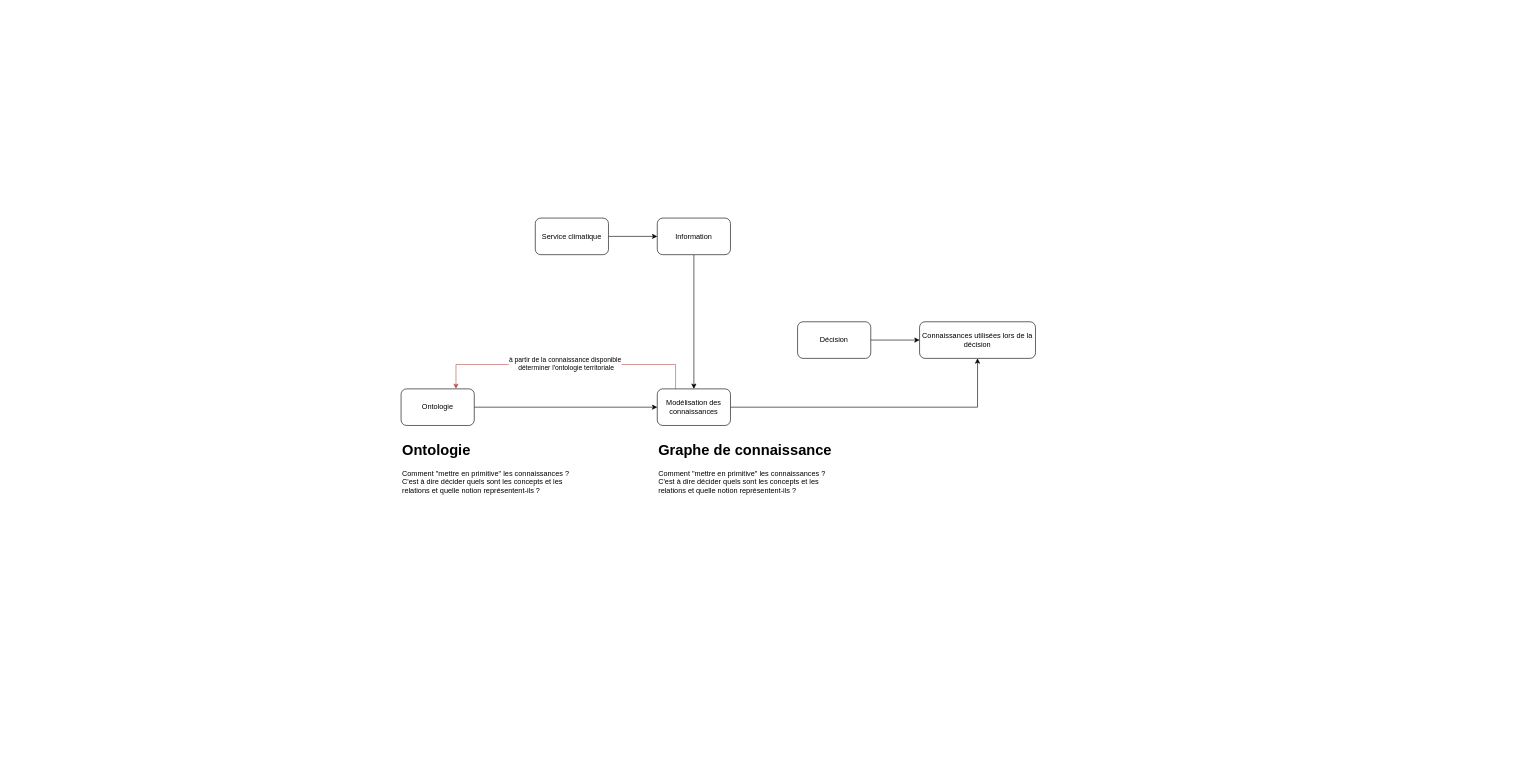
The draw.io diagram Reflexion these.drawio in Konsilion/konsilion-drive, before the edit. Source tidied: cells renumbered, new cells numbered last; positions are measured from the earlier drawing's top-left corner, leaving out a move shared by most shapes. Both pictures are drawn from the tidied source at 61%, with x=0, y=0 at pixel (401, 218).
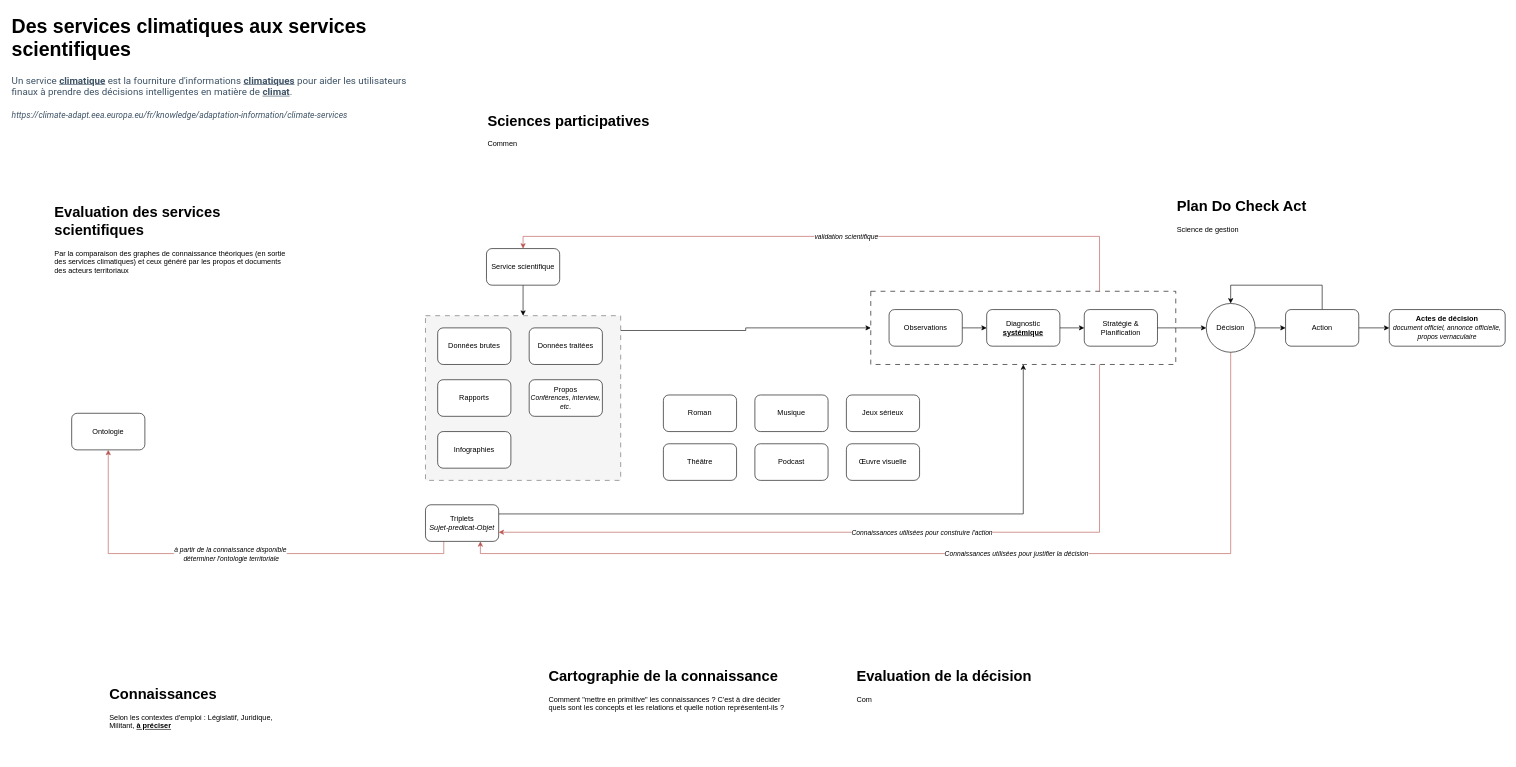
Above is the later version.

Commit message (it also covers changes not shown here):
Mettre à jour Reflexion these.drawio

Diff of the diagram source:
```diff
@@
+    <mxCell id="17" style="rounded=0;whiteSpace=wrap;html=1;dashed=1;dashPattern=8 8;align=left;points=[[0,0,0,0,0],[0,0.25,0,0,0],[0,0.5,0,0,0],[0,0.75,0,0,0],[0,1,0,0,0],[0.25,0,0,0,0],[0.25,1,0,0,0],[0.5,0,0,0,0],[0.5,1,0,0,0],[0.75,0,0,0,0],[0.75,1,0,0,0],[1,0,0,0,0],[1,0.09,0,0,0],[1,0.18,0,0,0],[1,0.25,0,0,0],[1,0.27,0,0,0],[1,0.36,0,0,0],[1,0.45,0,0,0],[1,0.5,0,0,0],[1,0.55,0,0,0],[1,0.64,0,0,0],[1,0.73,0,0,0],[1,0.75,0,0,0],[1,0.82,0,0,0],[1,0.91,0,0,0],[1,1,0,0,0]];fillColor=#f5f5f5;fontColor=#333333;strokeColor=#666666;" parent="1" vertex="1">
+      <mxGeometry x="40" y="160" width="320" height="270" as="geometry" />
+    </mxCell>
+    <mxCell id="18" style="rounded=0;whiteSpace=wrap;html=1;fillColor=none;dashed=1;dashPattern=8 8;align=left;" parent="1" vertex="1">
+      <mxGeometry x="770" y="120" width="500" height="120" as="geometry" />
+    </mxCell>
-    <mxCell id="2" style="edgeStyle=orthogonalEdgeStyle;rounded=0;jettySize=auto;html=1;" parent="1" edge="1" source="3" target="5">
+    <mxCell id="2" style="edgeStyle=orthogonalEdgeStyle;rounded=0;jettySize=auto;html=1;entryX=0.5;entryY=0;entryDx=0;entryDy=0;entryPerimeter=0;" parent="1" edge="1" source="3" target="17">
       <mxGeometry relative="1" as="geometry" />
     </mxCell>
-    <mxCell id="3" value="Service climatique" style="rounded=1;whiteSpace=wrap;html=1;" parent="1" vertex="1">
-      <mxGeometry x="220" width="120" height="60" as="geometry" />
+    <mxCell id="3" value="Service scientifique" style="rounded=1;whiteSpace=wrap;html=1;" parent="1" vertex="1">
+      <mxGeometry x="140" y="50" width="120" height="60" as="geometry" />
     </mxCell>
-    <mxCell id="4" style="edgeStyle=orthogonalEdgeStyle;rounded=0;jettySize=auto;html=1;entryX=0.5;entryY=0;entryDx=0;entryDy=0;" parent="1" edge="1" source="5" target="11">
-      <mxGeometry relative="1" as="geometry" />
-    </mxCell>
+    <mxCell id="19" style="edgeStyle=orthogonalEdgeStyle;rounded=0;jettySize=auto;html=1;entryX=0;entryY=0.5;entryDx=0;entryDy=0;exitX=1;exitY=0.09;exitDx=0;exitDy=0;exitPerimeter=0;" parent="1" edge="1" source="17" target="18">
+      <mxGeometry relative="1" as="geometry" />
+    </mxCell>
-    <mxCell id="5" value="Information" style="rounded=1;whiteSpace=wrap;html=1;" parent="1" vertex="1">
-      <mxGeometry x="420" width="120" height="60" as="geometry" />
+    <mxCell id="5" value="Rapports" style="rounded=1;whiteSpace=wrap;html=1;" parent="1" vertex="1">
+      <mxGeometry x="60" y="265" width="120" height="60" as="geometry" />
     </mxCell>
-    <mxCell id="6" style="edgeStyle=orthogonalEdgeStyle;rounded=0;jettySize=auto;html=1;entryX=0;entryY=0.5;entryDx=0;entryDy=0;" parent="1" edge="1" source="7" target="11">
-      <mxGeometry relative="1" as="geometry" />
-    </mxCell>
     <mxCell id="7" value="Ontologie" style="rounded=1;whiteSpace=wrap;html=1;" parent="1" vertex="1">
-      <mxGeometry y="280" width="120" height="60" as="geometry" />
+      <mxGeometry x="-540" y="320" width="120" height="60" as="geometry" />
     </mxCell>
-    <mxCell id="8" style="edgeStyle=orthogonalEdgeStyle;rounded=0;jettySize=auto;html=1;entryX=0.5;entryY=1;entryDx=0;entryDy=0;" parent="1" edge="1" source="11" target="14">
+    <mxCell id="8" style="edgeStyle=orthogonalEdgeStyle;rounded=0;jettySize=auto;html=1;entryX=0.5;entryY=1;entryDx=0;entryDy=0;exitX=1;exitY=0.25;exitDx=0;exitDy=0;" parent="1" edge="1" source="22" target="18">
       <mxGeometry relative="1" as="geometry" />
     </mxCell>
-    <mxCell id="9" style="edgeStyle=orthogonalEdgeStyle;rounded=0;jettySize=auto;html=1;exitX=0.25;exitY=0;exitDx=0;exitDy=0;entryX=0.75;entryY=0;entryDx=0;entryDy=0;fillColor=#f8cecc;strokeColor=#b85450;" parent="1" edge="1" source="11" target="7">
-      <mxGeometry relative="1" as="geometry">
-        <Array as="points">
-          <mxPoint x="450" y="240" />
-          <mxPoint x="90" y="240" />
-        </Array>
-      </mxGeometry>
+    <mxCell id="9" style="edgeStyle=orthogonalEdgeStyle;rounded=0;jettySize=auto;html=1;exitX=0.25;exitY=1;exitDx=0;exitDy=0;entryX=0.5;entryY=1;entryDx=0;entryDy=0;fillColor=#f8cecc;strokeColor=#b85450;" parent="1" edge="1" source="22" target="7">
+      <mxGeometry relative="1" as="geometry" />
     </mxCell>
-    <mxCell id="10" value="à partir de la connaissance disponible&lt;div&gt;&amp;nbsp;déterminer l'ontologie territoriale&lt;/div&gt;" style="edgeLabel;html=1;align=center;verticalAlign=middle;" parent="9" vertex="1">
-      <mxGeometry x="0.01" y="-2" relative="1" as="geometry" />
+    <mxCell id="10" value="à partir de la connaissance disponible&lt;div&gt;&amp;nbsp;déterminer l'ontologie territoriale&lt;/div&gt;" style="edgeLabel;html=1;align=center;verticalAlign=middle;fontStyle=2;" parent="9" vertex="1">
+      <mxGeometry x="0.01" y="-2" relative="1" as="geometry">
+        <mxPoint x="3" y="2" as="offset" />
+      </mxGeometry>
     </mxCell>
-    <mxCell id="11" value="Modélisation des connaissances" style="rounded=1;whiteSpace=wrap;html=1;" parent="1" vertex="1">
-      <mxGeometry x="420" y="280" width="120" height="60" as="geometry" />
-    </mxCell>
-    <mxCell id="12" style="edgeStyle=orthogonalEdgeStyle;rounded=0;jettySize=auto;html=1;" parent="1" edge="1" source="13" target="14">
+    <mxCell id="12" style="edgeStyle=orthogonalEdgeStyle;rounded=0;jettySize=auto;html=1;" parent="1" edge="1" source="25" target="14">
       <mxGeometry relative="1" as="geometry" />
     </mxCell>
-    <mxCell id="13" value="Décision" style="rounded=1;whiteSpace=wrap;html=1;" parent="1" vertex="1">
-      <mxGeometry x="650" y="170" width="120" height="60" as="geometry" />
+    <mxCell id="13" value="Stratégie &amp;amp; Planification" style="rounded=1;whiteSpace=wrap;html=1;" parent="1" vertex="1">
+      <mxGeometry x="1120" y="150" width="120" height="60" as="geometry" />
     </mxCell>
+    <mxCell id="20" style="edgeStyle=orthogonalEdgeStyle;rounded=0;jettySize=auto;html=1;exitX=0.5;exitY=1;exitDx=0;exitDy=0;entryX=0.75;entryY=1;entryDx=0;entryDy=0;fillColor=#f8cecc;strokeColor=#b85450;" parent="1" edge="1" source="35" target="22">
+      <mxGeometry relative="1" as="geometry" />
+    </mxCell>
+    <mxCell id="21" value="Connaissances utilisées pour justifier la décision" style="edgeLabel;html=1;align=center;verticalAlign=middle;fontStyle=2;" parent="20" vertex="1">
+      <mxGeometry x="-0.28" y="-3" relative="1" as="geometry">
+        <mxPoint x="-113" y="3" as="offset" />
+      </mxGeometry>
+    </mxCell>
-    <mxCell id="14" value="Connaissances utilisées lors de la décision" style="rounded=1;whiteSpace=wrap;html=1;" parent="1" vertex="1">
-      <mxGeometry x="850" y="170" width="190" height="60" as="geometry" />
+    <mxCell id="14" value="&lt;b&gt;Actes de décision&lt;/b&gt;&lt;div&gt;&lt;i&gt;&lt;font style=&quot;font-size: 11px;&quot;&gt;document officiel, annonce officielle, propos vernaculaire&lt;/font&gt;&lt;/i&gt;&lt;/div&gt;" style="rounded=1;whiteSpace=wrap;html=1;" parent="1" vertex="1">
+      <mxGeometry x="1620" y="150" width="190" height="60" as="geometry" />
     </mxCell>
-    <mxCell id="15" value="&lt;h1 style=&quot;margin-top: 0px;&quot;&gt;Ontologie&lt;/h1&gt;&lt;p&gt;Comment &quot;mettre en primitive&quot; les connaissances ? C'est à dire décider quels sont les concepts et les relations et quelle notion représentent-ils ?&lt;/p&gt;" style="text;html=1;whiteSpace=wrap;overflow=hidden;rounded=0;" parent="1" vertex="1">
-      <mxGeometry y="360" width="300" height="120" as="geometry" />
+    <mxCell id="15" value="&lt;h1 style=&quot;margin-top: 0px;&quot;&gt;Connaissances&lt;/h1&gt;&lt;p&gt;Selon les contextes d'emploi : Législatif, Juridique, Militant, &lt;b&gt;&lt;u&gt;à préciser&lt;/u&gt;&lt;/b&gt;&lt;/p&gt;" style="text;html=1;whiteSpace=wrap;overflow=hidden;rounded=0;" parent="1" vertex="1">
+      <mxGeometry x="-480" y="760" width="300" height="120" as="geometry" />
     </mxCell>
-    <mxCell id="16" value="&lt;h1 style=&quot;margin-top: 0px;&quot;&gt;Graphe de connaissance&lt;/h1&gt;&lt;p&gt;Comment &quot;mettre en primitive&quot; les connaissances ? C'est à dire décider quels sont les concepts et les relations et quelle notion représentent-ils ?&lt;/p&gt;" style="text;html=1;whiteSpace=wrap;overflow=hidden;rounded=0;" parent="1" vertex="1">
-      <mxGeometry x="420" y="360" width="300" height="120" as="geometry" />
+    <mxCell id="16" value="&lt;h1 style=&quot;margin-top: 0px;&quot;&gt;Cartographie de la connaissance&lt;/h1&gt;&lt;p&gt;Comment &quot;mettre en primitive&quot; les connaissances ? C'est à dire décider quels sont les concepts et les relations et quelle notion représentent-ils ?&lt;/p&gt;" style="text;html=1;whiteSpace=wrap;overflow=hidden;rounded=0;" parent="1" vertex="1">
+      <mxGeometry x="240" y="730" width="390" height="120" as="geometry" />
     </mxCell>
+    <mxCell id="22" value="Triplets&lt;br&gt;&lt;i&gt;Sujet-predicat-Objet&lt;/i&gt;" style="rounded=1;whiteSpace=wrap;html=1;" parent="1" vertex="1">
+      <mxGeometry x="40" y="470" width="120" height="60" as="geometry" />
+    </mxCell>
+    <mxCell id="23" style="edgeStyle=orthogonalEdgeStyle;rounded=0;jettySize=auto;html=1;entryX=0;entryY=0.5;entryDx=0;entryDy=0;" parent="1" edge="1" source="13" target="35">
+      <mxGeometry relative="1" as="geometry" />
+    </mxCell>
+    <mxCell id="24" style="edgeStyle=orthogonalEdgeStyle;rounded=0;jettySize=auto;html=1;entryX=0.5;entryY=0;entryDx=0;entryDy=0;exitX=0.5;exitY=0;exitDx=0;exitDy=0;" parent="1" edge="1" source="25" target="35">
+      <mxGeometry relative="1" as="geometry">
+        <Array as="points">
+          <mxPoint x="1510" y="110" />
+          <mxPoint x="1360" y="110" />
+        </Array>
+      </mxGeometry>
+    </mxCell>
+    <mxCell id="25" value="Action" style="rounded=1;whiteSpace=wrap;html=1;" parent="1" vertex="1">
+      <mxGeometry x="1450" y="150" width="120" height="60" as="geometry" />
+    </mxCell>
+    <mxCell id="26" value="&lt;h1 style=&quot;margin-top: 0px;&quot;&gt;Evaluation de la décision&lt;/h1&gt;&lt;p&gt;Com&lt;/p&gt;" style="text;html=1;whiteSpace=wrap;overflow=hidden;rounded=0;" parent="1" vertex="1">
+      <mxGeometry x="745" y="730" width="390" height="120" as="geometry" />
+    </mxCell>
+    <mxCell id="27" value="&lt;h1 style=&quot;margin-top: 0px;&quot;&gt;Sciences participatives&lt;/h1&gt;&lt;p&gt;Commen&lt;/p&gt;" style="text;html=1;whiteSpace=wrap;overflow=hidden;rounded=0;" parent="1" vertex="1">
+      <mxGeometry x="140" y="-180" width="390" height="120" as="geometry" />
+    </mxCell>
+    <mxCell id="28" style="edgeStyle=orthogonalEdgeStyle;rounded=0;jettySize=auto;html=1;exitX=1;exitY=0.5;exitDx=0;exitDy=0;entryX=0;entryY=0.5;entryDx=0;entryDy=0;" parent="1" edge="1" source="29" target="13">
+      <mxGeometry relative="1" as="geometry" />
+    </mxCell>
+    <mxCell id="29" value="Diagnostic&lt;br&gt;&lt;b&gt;&lt;u&gt;systémique&lt;/u&gt;&lt;/b&gt;" style="rounded=1;whiteSpace=wrap;html=1;" parent="1" vertex="1">
+      <mxGeometry x="960" y="150" width="120" height="60" as="geometry" />
+    </mxCell>
+    <mxCell id="30" style="edgeStyle=orthogonalEdgeStyle;rounded=0;jettySize=auto;html=1;exitX=1;exitY=0.5;exitDx=0;exitDy=0;entryX=0;entryY=0.5;entryDx=0;entryDy=0;" parent="1" edge="1" source="31" target="29">
+      <mxGeometry relative="1" as="geometry" />
+    </mxCell>
+    <mxCell id="31" value="Observations" style="rounded=1;whiteSpace=wrap;html=1;" parent="1" vertex="1">
+      <mxGeometry x="800" y="150" width="120" height="60" as="geometry" />
+    </mxCell>
+    <mxCell id="32" style="edgeStyle=orthogonalEdgeStyle;rounded=0;jettySize=auto;html=1;exitX=0.75;exitY=1;exitDx=0;exitDy=0;entryX=1;entryY=0.75;entryDx=0;entryDy=0;fillColor=#f8cecc;strokeColor=#b85450;" parent="1" edge="1" source="18" target="22">
+      <mxGeometry relative="1" as="geometry" />
+    </mxCell>
+    <mxCell id="33" value="Connaissances utilisées pour construire l'action" style="edgeLabel;html=1;align=center;verticalAlign=middle;fontStyle=2;" parent="32" vertex="1">
+      <mxGeometry x="-0.28" y="-3" relative="1" as="geometry">
+        <mxPoint x="-113" y="3" as="offset" />
+      </mxGeometry>
+    </mxCell>
+    <mxCell id="34" style="edgeStyle=orthogonalEdgeStyle;rounded=0;jettySize=auto;html=1;" parent="1" edge="1" source="35" target="25">
+      <mxGeometry relative="1" as="geometry" />
+    </mxCell>
+    <mxCell id="35" value="Décision" style="ellipse;whiteSpace=wrap;html=1;" parent="1" vertex="1">
+      <mxGeometry x="1320" y="140" width="80" height="80" as="geometry" />
+    </mxCell>
+    <mxCell id="36" value="&lt;h1 style=&quot;margin-top: 0px;&quot;&gt;Plan Do Check Act&lt;/h1&gt;&lt;p&gt;Science de gestion&lt;/p&gt;" style="text;html=1;whiteSpace=wrap;overflow=hidden;rounded=0;" parent="1" vertex="1">
+      <mxGeometry x="1270" y="-40" width="390" height="120" as="geometry" />
+    </mxCell>
+    <mxCell id="37" value="&lt;h1 style=&quot;margin-top: 0px;&quot;&gt;Evaluation des services scientifiques&lt;/h1&gt;&lt;p&gt;Par la comparaison des graphes de connaissance théoriques (en sortie des services climatiques) et ceux généré par les propos et documents des acteurs territoriaux&lt;/p&gt;" style="text;html=1;whiteSpace=wrap;overflow=hidden;rounded=0;" parent="1" vertex="1">
+      <mxGeometry x="-570" y="-30" width="390" height="120" as="geometry" />
+    </mxCell>
+    <mxCell id="38" value="&lt;div&gt;&lt;span style=&quot;color: rgb(61, 82, 101); font-family: Roboto, Arial, &amp;quot;Helvetica Neue&amp;quot;, Helvetica, sans-serif; font-size: 16px; font-style: normal; font-variant-ligatures: normal; font-variant-caps: normal; font-weight: 400; letter-spacing: normal; orphans: 2; text-align: start; text-indent: 0px; text-transform: none; widows: 2; word-spacing: 0px; -webkit-text-stroke-width: 0px; white-space: normal; text-decoration-thickness: initial; text-decoration-style: initial; text-decoration-color: initial; float: none; background-color: light-dark(#ffffff, var(--ge-dark-color, #121212)); display: inline !important;&quot;&gt;&lt;h1 style=&quot;color: rgb(0, 0, 0); font-family: Helvetica; margin-top: 0px;&quot;&gt;Des services climatiques aux services scientifiques&amp;nbsp;&lt;/h1&gt;&lt;/span&gt;&lt;/div&gt;&lt;span style=&quot;color: rgb(61, 82, 101); font-family: Roboto, Arial, &amp;quot;Helvetica Neue&amp;quot;, Helvetica, sans-serif; font-size: 16px; font-style: normal; font-variant-ligatures: normal; font-variant-caps: normal; letter-spacing: normal; orphans: 2; text-align: start; text-indent: 0px; text-transform: none; widows: 2; word-spacing: 0px; -webkit-text-stroke-width: 0px; white-space: normal; background-color: rgb(255, 255, 255); text-decoration-thickness: initial; text-decoration-style: initial; text-decoration-color: initial; float: none; display: inline !important;&quot;&gt;Un service &lt;u style=&quot;font-weight: bold;&quot;&gt;climatique&lt;/u&gt; est la fourniture d'informations &lt;u style=&quot;font-weight: bold;&quot;&gt;climatiques&lt;/u&gt; pour aider les utilisateurs finaux à prendre des décisions intelligentes en matière de &lt;b&gt;&lt;u&gt;climat&lt;/u&gt;&lt;/b&gt;.&lt;/span&gt;&lt;div&gt;&lt;span style=&quot;color: rgb(61, 82, 101); font-family: Roboto, Arial, &amp;quot;Helvetica Neue&amp;quot;, Helvetica, sans-serif; font-size: 16px; font-style: normal; font-variant-ligatures: normal; font-variant-caps: normal; letter-spacing: normal; orphans: 2; text-align: start; text-indent: 0px; text-transform: none; widows: 2; word-spacing: 0px; -webkit-text-stroke-width: 0px; white-space: normal; background-color: rgb(255, 255, 255); text-decoration-thickness: initial; text-decoration-style: initial; text-decoration-color: initial; float: none; display: inline !important;&quot;&gt;&lt;br&gt;&lt;/span&gt;&lt;/div&gt;&lt;div&gt;&lt;span style=&quot;orphans: 2; text-align: start; text-indent: 0px; widows: 2; background-color: rgb(255, 255, 255); text-decoration-thickness: initial; text-decoration-style: initial; text-decoration-color: initial; float: none; color: rgb(61, 82, 101); display: inline !important;&quot;&gt;&lt;font style=&quot;font-size: 14px;&quot; face=&quot;Roboto, Arial, Helvetica Neue, Helvetica, sans-serif&quot; color=&quot;#3d5265&quot;&gt;&lt;i style=&quot;&quot;&gt;https://climate-adapt.eea.europa.eu/fr/knowledge/adaptation-information/climate-services&lt;/i&gt;&lt;/font&gt;&lt;/span&gt;&lt;/div&gt;" style="text;whiteSpace=wrap;html=1;" parent="1" vertex="1">
+      <mxGeometry x="-640" y="-340" width="690" height="80" as="geometry" />
+    </mxCell>
+    <mxCell id="39" style="edgeStyle=orthogonalEdgeStyle;rounded=0;jettySize=auto;html=1;exitX=0.75;exitY=0;exitDx=0;exitDy=0;entryX=0.5;entryY=0;entryDx=0;entryDy=0;fillColor=#f8cecc;strokeColor=#b85450;jumpStyle=arc;" parent="1" edge="1" source="18" target="3">
+      <mxGeometry relative="1" as="geometry" />
+    </mxCell>
+    <mxCell id="40" value="validation scientifique" style="edgeLabel;html=1;align=center;verticalAlign=middle;fontStyle=2;" parent="39" vertex="1">
+      <mxGeometry x="-0.04" relative="1" as="geometry" />
+    </mxCell>
+    <mxCell id="41" value="Données brutes" style="rounded=1;whiteSpace=wrap;html=1;" parent="1" vertex="1">
+      <mxGeometry x="60" y="180" width="120" height="60" as="geometry" />
+    </mxCell>
+    <mxCell id="42" value="Données traitées" style="rounded=1;whiteSpace=wrap;html=1;" parent="1" vertex="1">
+      <mxGeometry x="210" y="180" width="120" height="60" as="geometry" />
+    </mxCell>
+    <mxCell id="43" value="Infographies" style="rounded=1;whiteSpace=wrap;html=1;" parent="1" vertex="1">
+      <mxGeometry x="60" y="350" width="120" height="60" as="geometry" />
+    </mxCell>
+    <mxCell id="44" value="Propos&lt;br&gt;&lt;i&gt;&lt;font style=&quot;font-size: 11px;&quot;&gt;Conférences, interview, etc&lt;/font&gt;&lt;/i&gt;." style="rounded=1;whiteSpace=wrap;html=1;" parent="1" vertex="1">
+      <mxGeometry x="210" y="265" width="120" height="60" as="geometry" />
+    </mxCell>
+    <mxCell id="45" value="Théâtre" style="rounded=1;whiteSpace=wrap;html=1;" parent="1" vertex="1">
+      <mxGeometry x="430" y="370" width="120" height="60" as="geometry" />
+    </mxCell>
+    <mxCell id="46" value="Roman" style="rounded=1;whiteSpace=wrap;html=1;" parent="1" vertex="1">
+      <mxGeometry x="430" y="290" width="120" height="60" as="geometry" />
+    </mxCell>
+    <mxCell id="47" value="Musique" style="rounded=1;whiteSpace=wrap;html=1;" parent="1" vertex="1">
+      <mxGeometry x="580" y="290" width="120" height="60" as="geometry" />
+    </mxCell>
+    <mxCell id="48" value="Podcast" style="rounded=1;whiteSpace=wrap;html=1;" parent="1" vertex="1">
+      <mxGeometry x="580" y="370" width="120" height="60" as="geometry" />
+    </mxCell>
+    <mxCell id="49" value="Jeux sérieux" style="rounded=1;whiteSpace=wrap;html=1;" parent="1" vertex="1">
+      <mxGeometry x="730" y="290" width="120" height="60" as="geometry" />
+    </mxCell>
+    <mxCell id="50" value="Œuvre visuelle" style="rounded=1;whiteSpace=wrap;html=1;" parent="1" vertex="1">
+      <mxGeometry x="730" y="370" width="120" height="60" as="geometry" />
+    </mxCell>
```
